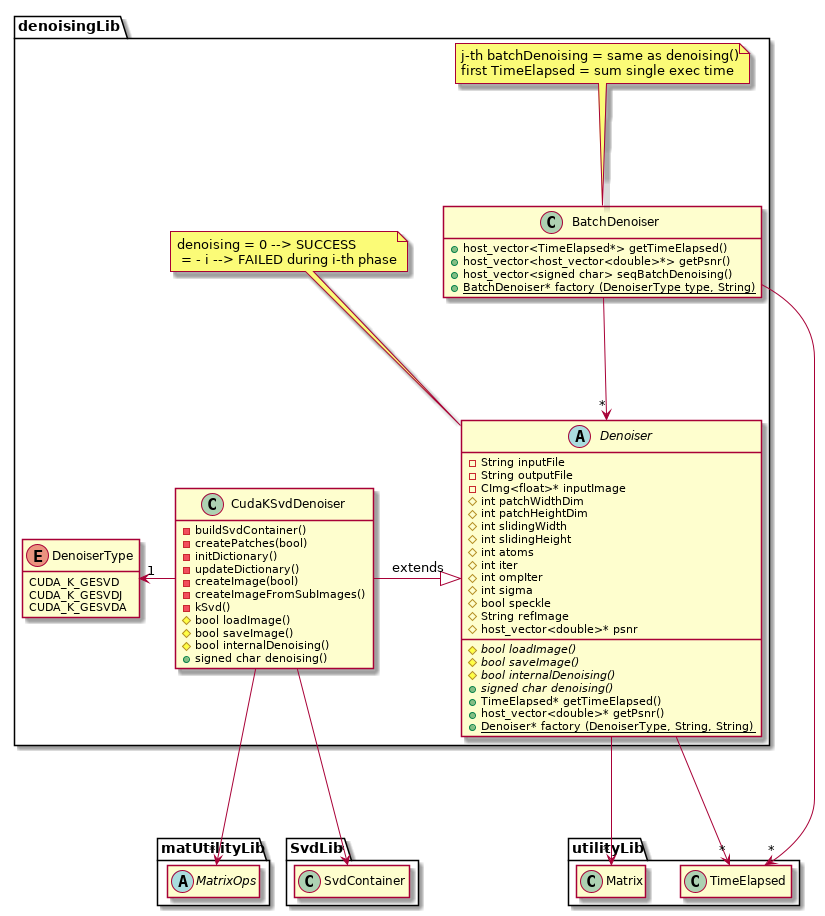
Above: uml/out/uml/src/DenoisingDiagram.png in newfla/CUDA-K-SVD-Denoising (PlantUML), before the change.
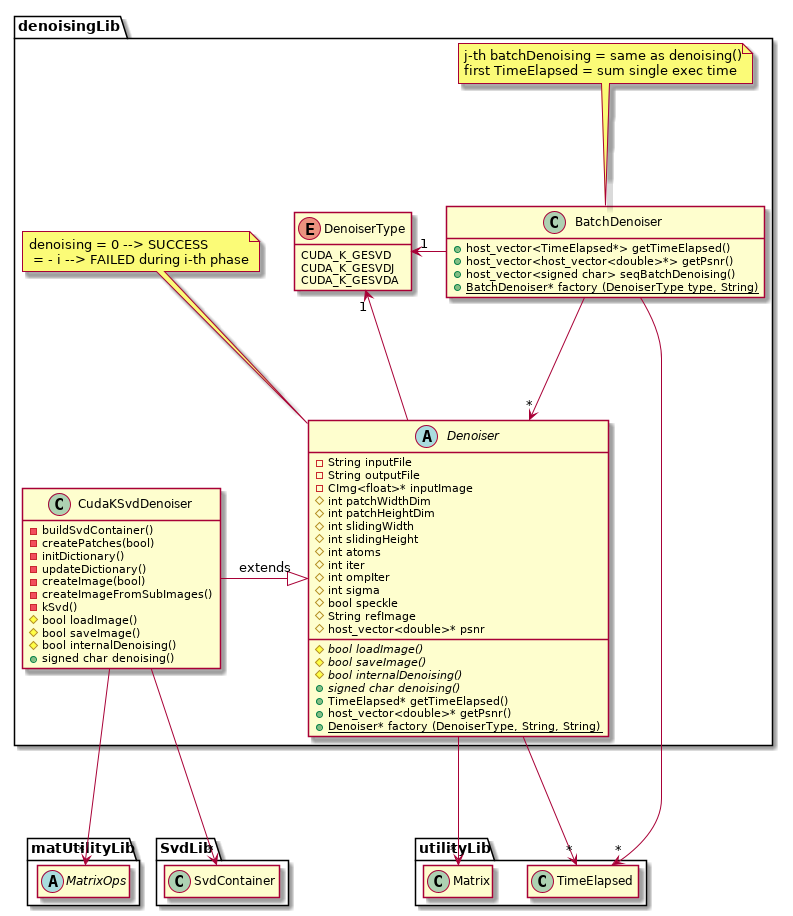
The same diagram one commit later.

Diff of the diagram source:
```diff
@@ -65,7 +65,8 @@
 
 
     CudaKSvdDenoiser -|> Denoiser : extends
-    DenoiserType "1"<- CudaKSvdDenoiser
+    DenoiserType "1"<- Denoiser
+    DenoiserType "1"<- BatchDenoiser
     BatchDenoiser --> "*" Denoiser
     hide CudaKSvdDenoiser fields
     hide BatchDenoiser fields
```
